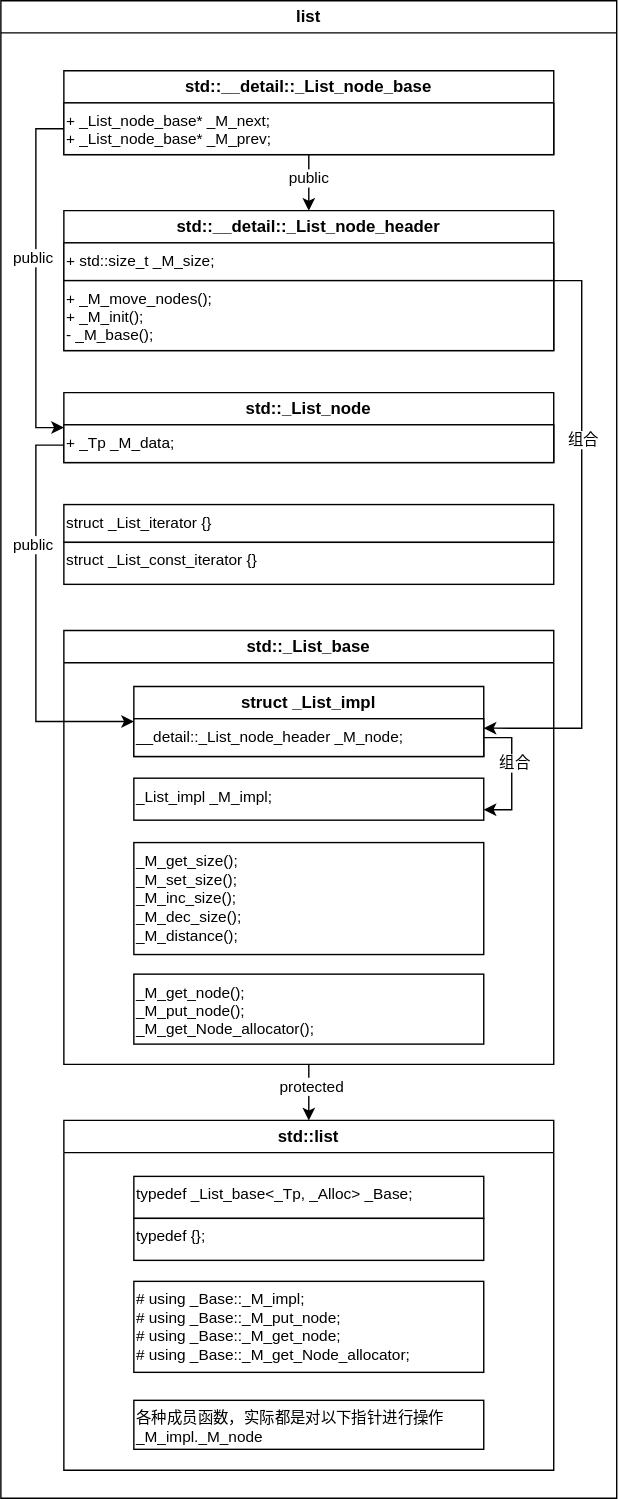
Earlier version of the draw.io export media/image/2023-01-14-STL图解/list.drawio.svg (august295/august295.github.io). Source tidied: cells renumbered, new cells last; positions are measured from the earlier drawing's top-left corner, leaving out a move shared by most shapes.
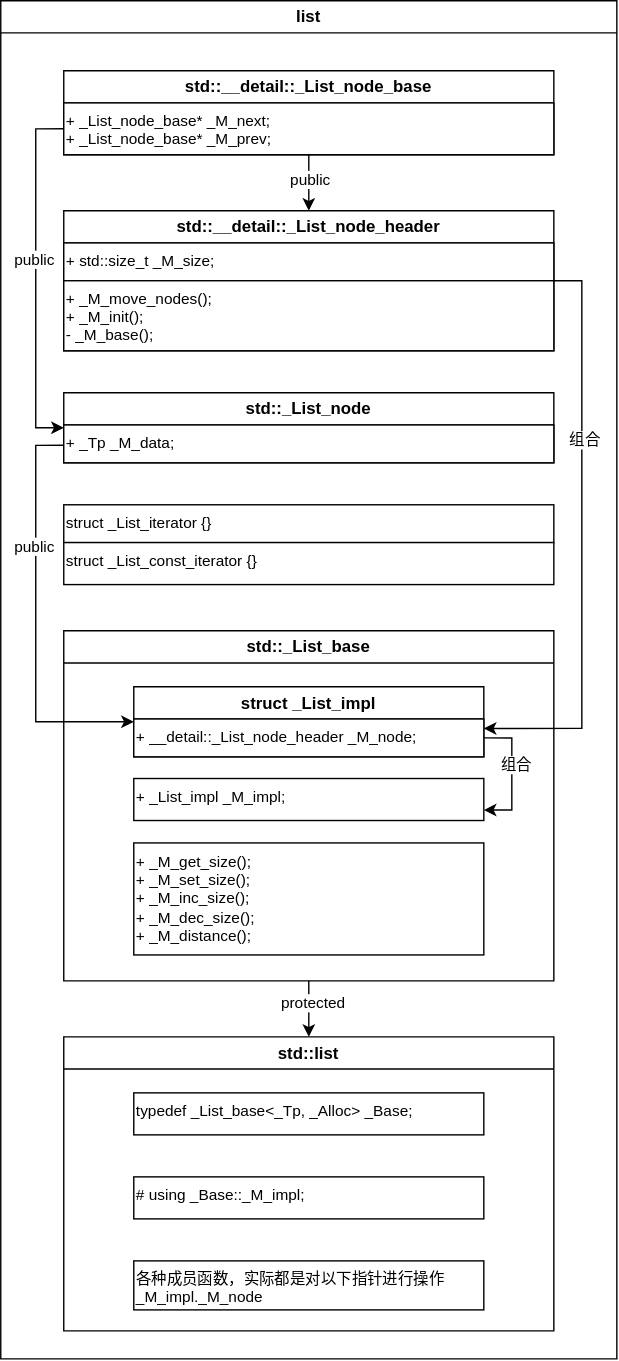
Above is the later version.

The edit, as a diff of the source:
```diff
@@ -3,7 +3,7 @@
     <mxCell id="0" />
     <mxCell id="1" parent="0" />
     <mxCell id="2" value="list" style="swimlane;whiteSpace=wrap;html=1;" parent="1" vertex="1">
-      <mxGeometry width="440" height="1070" as="geometry" />
+      <mxGeometry width="440" height="970" as="geometry" />
     </mxCell>
     <mxCell id="3" value="std::__detail::_List_node_base" style="swimlane;whiteSpace=wrap;html=1;" parent="2" vertex="1">
       <mxGeometry x="45" y="50" width="350" height="60" as="geometry" />
@@ -11,95 +11,89 @@
     <mxCell id="4" value="&lt;div&gt;&lt;span style=&quot;background-color: initial;&quot;&gt;+ _List_node_base* _M_next;&lt;/span&gt;&lt;/div&gt;&lt;div&gt;+ _List_node_base* _M_prev;&lt;/div&gt;" style="whiteSpace=wrap;html=1;fontFamily=Helvetica;fontSize=11;align=left;verticalAlign=top;" parent="3" vertex="1">
       <mxGeometry y="23" width="350" height="37" as="geometry" />
     </mxCell>
-    <mxCell id="5" style="edgeStyle=orthogonalEdgeStyle;rounded=0;jettySize=auto;html=1;exitX=0.5;exitY=1;exitDx=0;exitDy=0;entryX=0.5;entryY=0;entryDx=0;entryDy=0;" parent="2" edge="1" source="7" target="30">
+    <mxCell id="5" style="edgeStyle=orthogonalEdgeStyle;rounded=0;jettySize=auto;html=1;exitX=0.5;exitY=1;exitDx=0;exitDy=0;entryX=0.5;entryY=0;entryDx=0;entryDy=0;" parent="2" edge="1" source="7" target="29">
       <mxGeometry relative="1" as="geometry" />
     </mxCell>
     <mxCell id="6" value="protected" style="edgeLabel;html=1;align=center;verticalAlign=middle;" parent="5" vertex="1">
       <mxGeometry x="-0.22" y="2" relative="1" as="geometry" />
     </mxCell>
     <mxCell id="7" value="std::_List_base" style="swimlane;whiteSpace=wrap;html=1;" parent="2" vertex="1">
-      <mxGeometry x="45" y="450" width="350" height="310" as="geometry" />
+      <mxGeometry x="45" y="450" width="350" height="250" as="geometry" />
     </mxCell>
     <mxCell id="8" value="struct&amp;nbsp;_List_impl" style="swimlane;whiteSpace=wrap;html=1;" parent="7" vertex="1">
       <mxGeometry x="50" y="40" width="250" height="50" as="geometry" />
     </mxCell>
-    <mxCell id="9" value="__detail::_List_node_header _M_node;" style="whiteSpace=wrap;html=1;fontFamily=Helvetica;fontSize=11;align=left;verticalAlign=top;" parent="8" vertex="1">
+    <mxCell id="9" value="+ __detail::_List_node_header _M_node;" style="whiteSpace=wrap;html=1;fontFamily=Helvetica;fontSize=11;align=left;verticalAlign=top;" parent="8" vertex="1">
       <mxGeometry y="23" width="250" height="27" as="geometry" />
     </mxCell>
-    <mxCell id="10" value="_List_impl _M_impl;" style="whiteSpace=wrap;html=1;fontFamily=Helvetica;fontSize=11;align=left;verticalAlign=top;" parent="7" vertex="1">
+    <mxCell id="10" value="+ _List_impl _M_impl;" style="whiteSpace=wrap;html=1;fontFamily=Helvetica;fontSize=11;align=left;verticalAlign=top;" parent="7" vertex="1">
       <mxGeometry x="50" y="105.5" width="250" height="30" as="geometry" />
     </mxCell>
-    <mxCell id="11" value="&lt;div&gt;_M_get_size();&lt;/div&gt;&lt;div&gt;_M_set_size();&lt;/div&gt;&lt;div&gt;_M_inc_size();&lt;/div&gt;&lt;div&gt;_M_dec_size();&lt;/div&gt;&lt;div&gt;_M_distance();&lt;br&gt;&lt;/div&gt;" style="whiteSpace=wrap;html=1;fontFamily=Helvetica;fontSize=11;align=left;verticalAlign=top;" parent="7" vertex="1">
+    <mxCell id="11" value="&lt;div&gt;+ _M_get_size();&lt;/div&gt;&lt;div&gt;+ _M_set_size();&lt;/div&gt;&lt;div&gt;+ _M_inc_size();&lt;/div&gt;&lt;div&gt;+ _M_dec_size();&lt;/div&gt;&lt;div&gt;+ _M_distance();&lt;br&gt;&lt;/div&gt;" style="whiteSpace=wrap;html=1;fontFamily=Helvetica;fontSize=11;align=left;verticalAlign=top;" parent="7" vertex="1">
       <mxGeometry x="50" y="151.5" width="250" height="80" as="geometry" />
     </mxCell>
-    <mxCell id="12" value="&lt;div&gt;&lt;span style=&quot;background-color: initial;&quot;&gt;_M_get_node();&lt;/span&gt;&lt;/div&gt;&lt;div&gt;&lt;span style=&quot;background-color: initial;&quot;&gt;&lt;div&gt;&lt;span style=&quot;background-color: initial;&quot;&gt;_M_put_node();&lt;/span&gt;&lt;/div&gt;&lt;div&gt;&lt;span style=&quot;background-color: initial;&quot;&gt;_M_get_Node_allocator();&lt;br&gt;&lt;/span&gt;&lt;/div&gt;&lt;/span&gt;&lt;/div&gt;" style="whiteSpace=wrap;html=1;fontFamily=Helvetica;fontSize=11;align=left;verticalAlign=top;" parent="7" vertex="1">
-      <mxGeometry x="50" y="245.5" width="250" height="50" as="geometry" />
+    <mxCell id="12" style="edgeStyle=orthogonalEdgeStyle;rounded=0;jettySize=auto;html=1;exitX=1;exitY=0.5;exitDx=0;exitDy=0;entryX=1;entryY=0.75;entryDx=0;entryDy=0;" parent="7" edge="1" source="9" target="10">
+      <mxGeometry relative="1" as="geometry" />
     </mxCell>
-    <mxCell id="13" style="edgeStyle=orthogonalEdgeStyle;rounded=0;jettySize=auto;html=1;exitX=1;exitY=0.5;exitDx=0;exitDy=0;entryX=1;entryY=0.75;entryDx=0;entryDy=0;" parent="7" edge="1" source="9" target="10">
-      <mxGeometry relative="1" as="geometry" />
+    <mxCell id="13" value="组合" style="edgeLabel;html=1;align=center;verticalAlign=middle;" parent="12" vertex="1">
+      <mxGeometry x="-0.16" y="2" relative="1" as="geometry" />
     </mxCell>
-    <mxCell id="14" value="组合" style="edgeLabel;html=1;align=center;verticalAlign=middle;" parent="13" vertex="1">
-      <mxGeometry x="-0.16" y="2" relative="1" as="geometry" />
+    <mxCell id="14" style="edgeStyle=orthogonalEdgeStyle;rounded=0;jettySize=auto;html=1;exitX=1;exitY=0.5;exitDx=0;exitDy=0;entryX=1;entryY=0.25;entryDx=0;entryDy=0;" parent="2" edge="1" source="16" target="9">
+      <mxGeometry relative="1" as="geometry" />
     </mxCell>
-    <mxCell id="15" style="edgeStyle=orthogonalEdgeStyle;rounded=0;jettySize=auto;html=1;exitX=1;exitY=0.5;exitDx=0;exitDy=0;entryX=1;entryY=0.25;entryDx=0;entryDy=0;" parent="2" edge="1" source="17" target="9">
-      <mxGeometry relative="1" as="geometry" />
+    <mxCell id="15" value="组合" style="edgeLabel;html=1;align=center;verticalAlign=middle;" parent="14" vertex="1">
+      <mxGeometry x="-0.35" y="1" relative="1" as="geometry" />
     </mxCell>
-    <mxCell id="16" value="组合" style="edgeLabel;html=1;align=center;verticalAlign=middle;points=[];" parent="15" vertex="1">
-      <mxGeometry x="-0.35" y="1" relative="1" as="geometry" />
+    <mxCell id="16" value="std::__detail::_List_node_header" style="swimlane;whiteSpace=wrap;html=1;" parent="2" vertex="1">
+      <mxGeometry x="45" y="150" width="350" height="100" as="geometry" />
     </mxCell>
-    <mxCell id="17" value="std::__detail::_List_node_header" style="swimlane;whiteSpace=wrap;html=1;" parent="2" vertex="1">
-      <mxGeometry x="45" y="150" width="350" height="100" as="geometry" />
+    <mxCell id="17" value="+&amp;nbsp;std::size_t _M_size;" style="whiteSpace=wrap;html=1;fontFamily=Helvetica;fontSize=11;align=left;verticalAlign=top;" parent="16" vertex="1">
+      <mxGeometry y="23" width="350" height="27" as="geometry" />
     </mxCell>
-    <mxCell id="18" value="+&amp;nbsp;std::size_t _M_size;" style="whiteSpace=wrap;html=1;fontFamily=Helvetica;fontSize=11;align=left;verticalAlign=top;" parent="17" vertex="1">
-      <mxGeometry y="23" width="350" height="27" as="geometry" />
+    <mxCell id="18" value="+&amp;nbsp;_M_move_nodes();&lt;br&gt;+&amp;nbsp;_M_init();&lt;br&gt;-&amp;nbsp;_M_base();" style="whiteSpace=wrap;html=1;fontFamily=Helvetica;fontSize=11;align=left;verticalAlign=top;" parent="16" vertex="1">
+      <mxGeometry y="50" width="350" height="50" as="geometry" />
     </mxCell>
-    <mxCell id="19" value="+&amp;nbsp;_M_move_nodes();&lt;br&gt;+&amp;nbsp;_M_init();&lt;br&gt;-&amp;nbsp;_M_base();" style="whiteSpace=wrap;html=1;fontFamily=Helvetica;fontSize=11;align=left;verticalAlign=top;" parent="17" vertex="1">
-      <mxGeometry y="50" width="350" height="50" as="geometry" />
+    <mxCell id="19" style="edgeStyle=orthogonalEdgeStyle;rounded=0;jettySize=auto;html=1;entryX=0.5;entryY=0;entryDx=0;entryDy=0;" parent="2" edge="1" source="4" target="16">
+      <mxGeometry relative="1" as="geometry" />
     </mxCell>
-    <mxCell id="20" style="edgeStyle=orthogonalEdgeStyle;rounded=0;jettySize=auto;html=1;entryX=0.5;entryY=0;entryDx=0;entryDy=0;" parent="2" edge="1" source="4" target="17">
-      <mxGeometry relative="1" as="geometry" />
+    <mxCell id="20" value="public" style="edgeLabel;html=1;align=center;verticalAlign=middle;" parent="19" vertex="1">
+      <mxGeometry x="-0.15" relative="1" as="geometry" />
     </mxCell>
-    <mxCell id="21" value="public" style="edgeLabel;html=1;align=center;verticalAlign=middle;" parent="20" vertex="1">
-      <mxGeometry x="-0.15" relative="1" as="geometry" />
+    <mxCell id="21" style="edgeStyle=orthogonalEdgeStyle;rounded=0;jettySize=auto;html=1;exitX=0;exitY=0.75;exitDx=0;exitDy=0;entryX=0;entryY=0.5;entryDx=0;entryDy=0;" parent="2" edge="1" source="23" target="8">
+      <mxGeometry relative="1" as="geometry" />
     </mxCell>
-    <mxCell id="22" style="edgeStyle=orthogonalEdgeStyle;rounded=0;jettySize=auto;html=1;exitX=0;exitY=0.75;exitDx=0;exitDy=0;entryX=0;entryY=0.5;entryDx=0;entryDy=0;" parent="2" edge="1" source="24" target="8">
-      <mxGeometry relative="1" as="geometry" />
+    <mxCell id="22" value="public" style="edgeLabel;html=1;align=center;verticalAlign=middle;" parent="21" vertex="1">
+      <mxGeometry x="-0.37" y="-2" relative="1" as="geometry" />
     </mxCell>
-    <mxCell id="23" value="public" style="edgeLabel;html=1;align=center;verticalAlign=middle;points=[];" parent="22" vertex="1">
-      <mxGeometry x="-0.37" y="-2" relative="1" as="geometry" />
+    <mxCell id="23" value="std::_List_node" style="swimlane;whiteSpace=wrap;html=1;" parent="2" vertex="1">
+      <mxGeometry x="45" y="280" width="350" height="50" as="geometry" />
     </mxCell>
-    <mxCell id="24" value="std::_List_node" style="swimlane;whiteSpace=wrap;html=1;" parent="2" vertex="1">
-      <mxGeometry x="45" y="280" width="350" height="50" as="geometry" />
+    <mxCell id="24" value="+&amp;nbsp;_Tp _M_data;" style="whiteSpace=wrap;html=1;fontFamily=Helvetica;fontSize=11;align=left;verticalAlign=top;" parent="23" vertex="1">
+      <mxGeometry y="23" width="350" height="27" as="geometry" />
     </mxCell>
-    <mxCell id="25" value="+&amp;nbsp;_Tp _M_data;" style="whiteSpace=wrap;html=1;fontFamily=Helvetica;fontSize=11;align=left;verticalAlign=top;" parent="24" vertex="1">
-      <mxGeometry y="23" width="350" height="27" as="geometry" />
+    <mxCell id="25" style="edgeStyle=orthogonalEdgeStyle;rounded=0;jettySize=auto;html=1;exitX=0;exitY=0.5;exitDx=0;exitDy=0;entryX=0;entryY=0.5;entryDx=0;entryDy=0;" parent="2" edge="1" source="4" target="23">
+      <mxGeometry relative="1" as="geometry" />
     </mxCell>
-    <mxCell id="26" style="edgeStyle=orthogonalEdgeStyle;rounded=0;jettySize=auto;html=1;exitX=0;exitY=0.5;exitDx=0;exitDy=0;entryX=0;entryY=0.5;entryDx=0;entryDy=0;" parent="2" edge="1" source="4" target="24">
-      <mxGeometry relative="1" as="geometry" />
+    <mxCell id="26" value="public" style="edgeLabel;html=1;align=center;verticalAlign=middle;" parent="25" vertex="1">
+      <mxGeometry x="-0.11" y="-2" relative="1" as="geometry" />
     </mxCell>
-    <mxCell id="27" value="public" style="edgeLabel;html=1;align=center;verticalAlign=middle;" parent="26" vertex="1">
-      <mxGeometry x="-0.11" y="-2" relative="1" as="geometry" />
+    <mxCell id="27" value="struct _List_iterator {}" style="whiteSpace=wrap;html=1;fontFamily=Helvetica;fontSize=11;align=left;verticalAlign=top;" parent="2" vertex="1">
+      <mxGeometry x="45" y="360" width="350" height="27" as="geometry" />
     </mxCell>
-    <mxCell id="28" value="struct _List_iterator {}" style="whiteSpace=wrap;html=1;fontFamily=Helvetica;fontSize=11;align=left;verticalAlign=top;" parent="2" vertex="1">
-      <mxGeometry x="45" y="360" width="350" height="27" as="geometry" />
+    <mxCell id="28" value="struct _List_const_iterator {}" style="whiteSpace=wrap;html=1;fontFamily=Helvetica;fontSize=11;align=left;verticalAlign=top;" parent="2" vertex="1">
+      <mxGeometry x="45" y="387" width="350" height="30" as="geometry" />
     </mxCell>
-    <mxCell id="29" value="struct _List_const_iterator {}" style="whiteSpace=wrap;html=1;fontFamily=Helvetica;fontSize=11;align=left;verticalAlign=top;" parent="2" vertex="1">
-      <mxGeometry x="45" y="387" width="350" height="30" as="geometry" />
+    <mxCell id="29" value="std::list" style="swimlane;whiteSpace=wrap;html=1;" parent="2" vertex="1">
+      <mxGeometry x="45" y="740" width="350" height="210" as="geometry" />
     </mxCell>
-    <mxCell id="30" value="std::list" style="swimlane;whiteSpace=wrap;html=1;" parent="2" vertex="1">
-      <mxGeometry x="45" y="800" width="350" height="250" as="geometry" />
+    <mxCell id="30" value="typedef _List_base&amp;lt;_Tp, _Alloc&amp;gt;&lt;span style=&quot;&quot;&gt;&#9;&#9;&#9;&lt;/span&gt;_Base;" style="whiteSpace=wrap;html=1;fontFamily=Helvetica;fontSize=11;align=left;verticalAlign=top;" parent="29" vertex="1">
+      <mxGeometry x="50" y="40" width="250" height="30" as="geometry" />
     </mxCell>
-    <mxCell id="31" value="typedef _List_base&amp;lt;_Tp, _Alloc&amp;gt;&lt;span style=&quot;&quot;&gt;&#9;&#9;&#9;&lt;/span&gt;_Base;" style="whiteSpace=wrap;html=1;fontFamily=Helvetica;fontSize=11;align=left;verticalAlign=top;" parent="30" vertex="1">
-      <mxGeometry x="50" y="40" width="250" height="30" as="geometry" />
+    <mxCell id="31" value="# using _Base::_M_impl;" style="whiteSpace=wrap;html=1;fontFamily=Helvetica;fontSize=11;align=left;verticalAlign=top;" parent="29" vertex="1">
+      <mxGeometry x="50" y="100" width="250" height="30" as="geometry" />
     </mxCell>
-    <mxCell id="32" value="&lt;div&gt;typedef {}&lt;span style=&quot;background-color: initial;&quot;&gt;;&lt;/span&gt;&lt;/div&gt;" style="whiteSpace=wrap;html=1;fontFamily=Helvetica;fontSize=11;align=left;verticalAlign=top;" parent="30" vertex="1">
-      <mxGeometry x="50" y="70" width="250" height="30" as="geometry" />
+    <mxCell id="32" value="各种成员函数，实际都是对以下指针进行操作&lt;br&gt;_M_impl._M_node" style="whiteSpace=wrap;html=1;fontFamily=Helvetica;fontSize=11;align=left;verticalAlign=top;" parent="29" vertex="1">
+      <mxGeometry x="50" y="160" width="250" height="35" as="geometry" />
     </mxCell>
-    <mxCell id="33" value="&lt;div&gt;# using _Base::_M_impl;&lt;/div&gt;&lt;div&gt;# using _Base::_M_put_node;&lt;/div&gt;&lt;div&gt;# using _Base::_M_get_node;&lt;/div&gt;&lt;div&gt;# using _Base::_M_get_Node_allocator;&lt;/div&gt;" style="whiteSpace=wrap;html=1;fontFamily=Helvetica;fontSize=11;align=left;verticalAlign=top;" parent="30" vertex="1">
-      <mxGeometry x="50" y="115" width="250" height="65" as="geometry" />
-    </mxCell>
-    <mxCell id="34" value="各种成员函数，实际都是对以下指针进行操作&lt;br&gt;_M_impl._M_node" style="whiteSpace=wrap;html=1;fontFamily=Helvetica;fontSize=11;align=left;verticalAlign=top;" parent="30" vertex="1">
-      <mxGeometry x="50" y="200" width="250" height="35" as="geometry" />
-    </mxCell>
   </root>
 </mxGraphModel>
```
